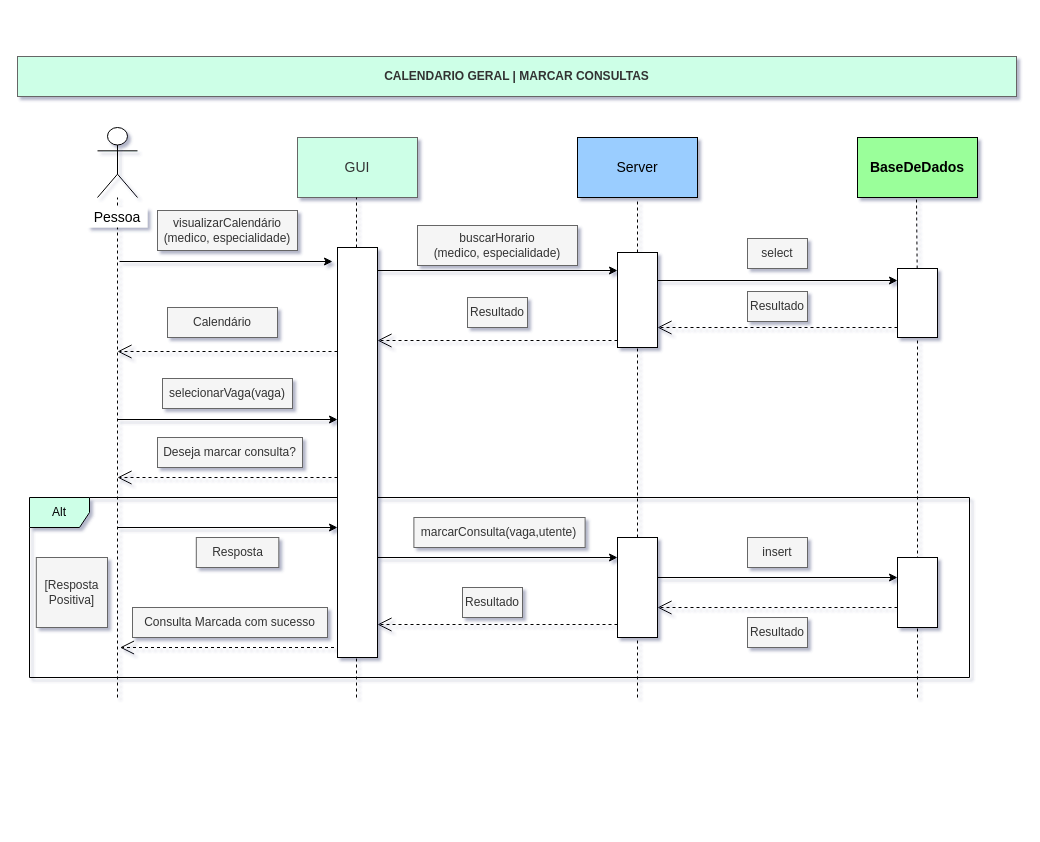
Before: Diagrama de Sequencia - Calendario Geral.drawio in getSierralta/Si-Centro-Hospitalar-Upskill, a draw.io diagram. Source tidied: cells renumbered, new cells numbered last; positions are measured from the earlier drawing's top-left corner, leaving out a move shared by most shapes. Both pictures are drawn from the tidied source at 100%, with x=0, y=0 at pixel (17, 56).
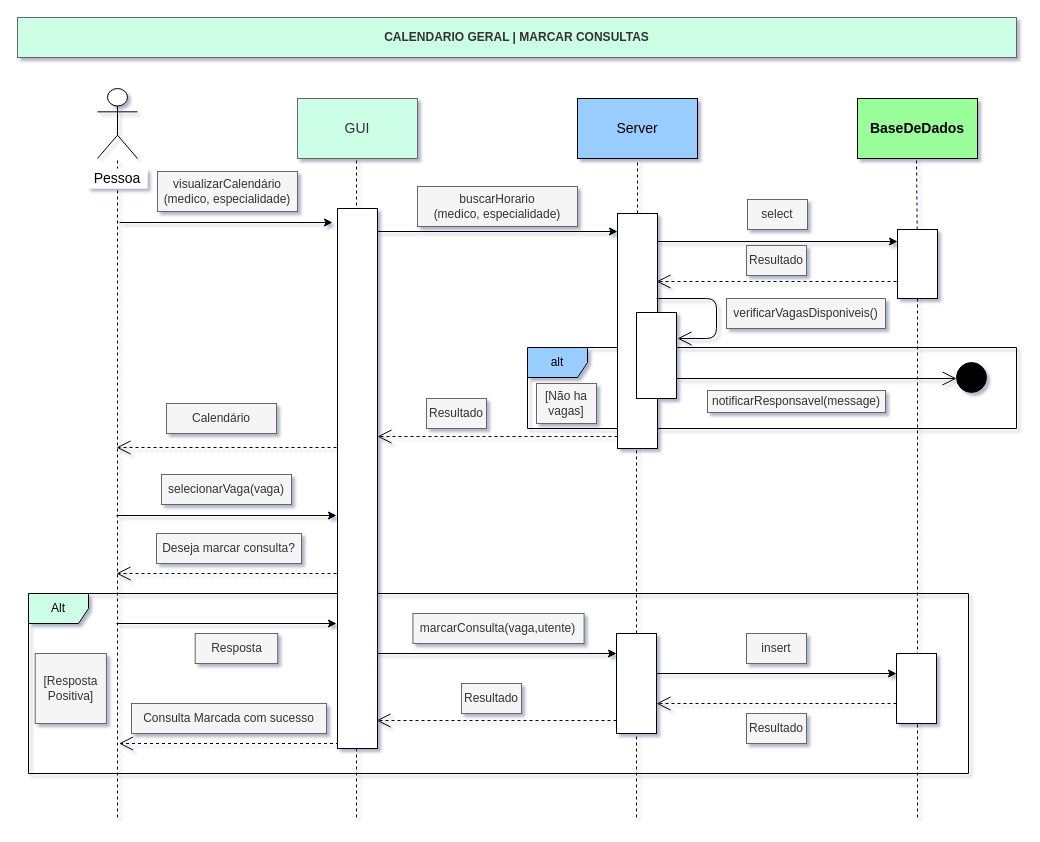
After the change.

Commit message (it also covers changes not shown here):
Inclui notificar responsavel quando nao há vagas

The edit, as a diff of the source:
```diff
@@
     <mxCell id="2" value="Alt" style="shape=umlFrame;whiteSpace=wrap;html=1;fillColor=#CDFFE7;" parent="1" vertex="1">
-      <mxGeometry x="12" y="441" width="940" height="180" as="geometry" />
+      <mxGeometry x="11" y="537" width="940" height="180" as="geometry" />
     </mxCell>
+    <mxCell id="50" value="alt" style="shape=umlFrame;whiteSpace=wrap;html=1;fillColor=#9ACDFF;" parent="1" vertex="1">
+      <mxGeometry x="510" y="291" width="489" height="81" as="geometry" />
+    </mxCell>
     <mxCell id="3" style="shape=umlActor;verticalLabelPosition=bottom;verticalAlign=top;html=1;outlineConnect=0;" parent="1" vertex="1">
-      <mxGeometry x="80" y="71" width="40" height="70" as="geometry" />
+      <mxGeometry x="80" y="32" width="40" height="70" as="geometry" />
     </mxCell>
     <mxCell id="4" value="&lt;b&gt;CALENDARIO GERAL | MARCAR CONSULTAS&lt;/b&gt;" style="text;html=1;align=center;verticalAlign=middle;whiteSpace=wrap;rounded=0;strokeColor=#666666;fontColor=#333333;fillColor=#CDFFE7;" parent="1" vertex="1">
-      <mxGeometry width="999" height="40" as="geometry" />
+      <mxGeometry y="-39" width="999" height="40" as="geometry" />
     </mxCell>
     <mxCell id="5" value="&lt;font style=&quot;font-size: 14px&quot;&gt;Server&lt;/font&gt;" style="rounded=0;whiteSpace=wrap;html=1;fillColor=#9ACDFF;" parent="1" vertex="1">
-      <mxGeometry x="560" y="81" width="120" height="60" as="geometry" />
+      <mxGeometry x="560" y="42" width="120" height="60" as="geometry" />
     </mxCell>
     <mxCell id="6" value="&lt;span style=&quot;font-size: 14px&quot;&gt;&lt;b&gt;BaseDeDados&lt;/b&gt;&lt;/span&gt;" style="rounded=0;whiteSpace=wrap;html=1;fillColor=#9AFF9A;" parent="1" vertex="1">
-      <mxGeometry x="840" y="81" width="120" height="60" as="geometry" />
+      <mxGeometry x="840" y="42" width="120" height="60" as="geometry" />
     </mxCell>
     <mxCell id="7" style="endArrow=none;dashed=1;html=1;rounded=1;" parent="1" edge="1" target="3">
       <mxGeometry relative="1" as="geometry">
-        <mxPoint x="100" y="641" as="sourcePoint" />
+        <mxPoint x="100" y="761" as="sourcePoint" />
       </mxGeometry>
     </mxCell>
     <mxCell id="8" value="&lt;font style=&quot;font-size: 14px&quot;&gt;Pessoa&lt;/font&gt;" style="text;html=1;align=center;verticalAlign=middle;whiteSpace=wrap;rounded=0;fillColor=#ffffff;" parent="1" vertex="1">
-      <mxGeometry x="70" y="151" width="60" height="20" as="geometry" />
+      <mxGeometry x="70" y="112" width="60" height="20" as="geometry" />
     </mxCell>
     <mxCell id="9" style="endArrow=none;dashed=1;html=1;rounded=1;" parent="1" edge="1" source="27">
       <mxGeometry relative="1" as="geometry">
-        <mxPoint x="899" y="141" as="targetPoint" />
+        <mxPoint x="899" y="102" as="targetPoint" />
       </mxGeometry>
     </mxCell>
     <mxCell id="10" value="&lt;font style=&quot;font-size: 14px&quot;&gt;GUI&lt;/font&gt;" style="rounded=0;whiteSpace=wrap;html=1;strokeColor=#666666;fontColor=#333333;fillColor=#CDFFE7;" parent="1" vertex="1">
-      <mxGeometry x="280" y="81" width="120" height="60" as="geometry" />
+      <mxGeometry x="280" y="42" width="120" height="60" as="geometry" />
     </mxCell>
     <mxCell id="11" style="endArrow=none;dashed=1;html=1;rounded=1;" parent="1" edge="1">
       <mxGeometry relative="1" as="geometry">
-        <mxPoint x="339" y="641" as="sourcePoint" />
-        <mxPoint x="339" y="141" as="targetPoint" />
+        <mxPoint x="339" y="761" as="sourcePoint" />
+        <mxPoint x="339" y="102" as="targetPoint" />
       </mxGeometry>
     </mxCell>
     <mxCell id="12" style="endArrow=none;dashed=1;html=1;rounded=1;" parent="1" edge="1" source="25">
       <mxGeometry relative="1" as="geometry">
-        <mxPoint x="620" y="144.5" as="targetPoint" />
+        <mxPoint x="620" y="105.5" as="targetPoint" />
       </mxGeometry>
     </mxCell>
     <mxCell id="13" style="endArrow=classic;html=1;" parent="1" edge="1">
       <mxGeometry relative="1" as="geometry">
-        <mxPoint x="102" y="205" as="sourcePoint" />
-        <mxPoint x="315" y="205" as="targetPoint" />
+        <mxPoint x="102" y="166" as="sourcePoint" />
+        <mxPoint x="315" y="166" as="targetPoint" />
       </mxGeometry>
     </mxCell>
     <mxCell id="14" value="visualizarCalendário (medico, especialidade)" style="text;html=1;strokeColor=#666666;align=center;verticalAlign=middle;whiteSpace=wrap;rounded=0;fillColor=#f5f5f5;fontColor=#333333;" parent="1" vertex="1">
-      <mxGeometry x="140" y="154" width="140" height="40" as="geometry" />
+      <mxGeometry x="140" y="115" width="140" height="40" as="geometry" />
     </mxCell>
     <mxCell id="15" style="endArrow=classic;html=1;" parent="1" edge="1">
       <mxGeometry relative="1" as="geometry">
-        <mxPoint x="360" y="214" as="sourcePoint" />
-        <mxPoint x="600" y="214" as="targetPoint" />
+        <mxPoint x="360" y="175" as="sourcePoint" />
+        <mxPoint x="600" y="175" as="targetPoint" />
       </mxGeometry>
     </mxCell>
     <mxCell id="16" value="buscarHorario&lt;br&gt;(medico, especialidade)" style="text;html=1;strokeColor=#666666;align=center;verticalAlign=middle;whiteSpace=wrap;rounded=0;fillColor=#f5f5f5;fontColor=#333333;" parent="1" vertex="1">
-      <mxGeometry x="400" y="169" width="160" height="40" as="geometry" />
+      <mxGeometry x="400" y="130" width="160" height="40" as="geometry" />
     </mxCell>
     <mxCell id="17" style="endArrow=classic;html=1;" parent="1" edge="1">
       <mxGeometry relative="1" as="geometry">
-        <mxPoint x="640" y="224" as="sourcePoint" />
-        <mxPoint x="880" y="224" as="targetPoint" />
+        <mxPoint x="640" y="185" as="sourcePoint" />
+        <mxPoint x="880" y="185" as="targetPoint" />
       </mxGeometry>
     </mxCell>
     <mxCell id="18" value="select" style="text;html=1;strokeColor=#666666;align=center;verticalAlign=middle;whiteSpace=wrap;rounded=0;fillColor=#f5f5f5;fontColor=#333333;" parent="1" vertex="1">
-      <mxGeometry x="730" y="182" width="60" height="30" as="geometry" />
+      <mxGeometry x="730" y="143" width="60" height="30" as="geometry" />
     </mxCell>
     <mxCell id="19" style="endArrow=open;endFill=1;endSize=12;html=1;dashed=1;" parent="1" edge="1">
       <mxGeometry relative="1" as="geometry">
-        <mxPoint x="880" y="271" as="sourcePoint" />
-        <mxPoint x="640" y="271" as="targetPoint" />
+        <mxPoint x="879" y="225" as="sourcePoint" />
+        <mxPoint x="639" y="225" as="targetPoint" />
       </mxGeometry>
     </mxCell>
     <mxCell id="20" style="endArrow=open;endFill=1;endSize=12;html=1;dashed=1;" parent="1" edge="1">
       <mxGeometry relative="1" as="geometry">
-        <mxPoint x="600" y="284" as="sourcePoint" />
-        <mxPoint x="360" y="284" as="targetPoint" />
+        <mxPoint x="600" y="380" as="sourcePoint" />
+        <mxPoint x="360" y="380" as="targetPoint" />
       </mxGeometry>
     </mxCell>
     <mxCell id="21" style="endArrow=open;endFill=1;endSize=12;html=1;dashed=1;" parent="1" edge="1">
       <mxGeometry relative="1" as="geometry">
-        <mxPoint x="320" y="295" as="sourcePoint" />
-        <mxPoint x="100" y="295" as="targetPoint" />
+        <mxPoint x="319" y="391" as="sourcePoint" />
+        <mxPoint x="99" y="391" as="targetPoint" />
       </mxGeometry>
     </mxCell>
     <mxCell id="22" value="Resultado" style="text;html=1;strokeColor=#666666;align=center;verticalAlign=middle;whiteSpace=wrap;rounded=0;fillColor=#f5f5f5;fontColor=#333333;" parent="1" vertex="1">
-      <mxGeometry x="730" y="235" width="60" height="30" as="geometry" />
+      <mxGeometry x="729" y="189" width="60" height="30" as="geometry" />
     </mxCell>
     <mxCell id="23" value="Resultado" style="text;html=1;strokeColor=#666666;align=center;verticalAlign=middle;whiteSpace=wrap;rounded=0;fillColor=#f5f5f5;fontColor=#333333;" parent="1" vertex="1">
-      <mxGeometry x="450" y="241" width="60" height="30" as="geometry" />
+      <mxGeometry x="409" y="342" width="60" height="30" as="geometry" />
     </mxCell>
     <mxCell id="24" value="Calendário" style="text;html=1;strokeColor=#666666;align=center;verticalAlign=middle;whiteSpace=wrap;rounded=0;fillColor=#f5f5f5;fontColor=#333333;" parent="1" vertex="1">
-      <mxGeometry x="150" y="251" width="110" height="30" as="geometry" />
+      <mxGeometry x="149" y="347" width="110" height="30" as="geometry" />
     </mxCell>
-    <mxCell id="25" style="rounded=0;whiteSpace=wrap;html=1;" parent="1" vertex="1">
-      <mxGeometry x="600" y="196" width="40" height="95" as="geometry" />
-    </mxCell>
-    <mxCell id="26" style="endArrow=none;dashed=1;html=1;rounded=1;" parent="1" edge="1" source="46" target="25">
-      <mxGeometry relative="1" as="geometry" />
+    <mxCell id="26" style="endArrow=none;dashed=1;html=1;rounded=1;" parent="1" edge="1" source="46">
+      <mxGeometry relative="1" as="geometry">
+        <mxPoint x="619" y="387" as="targetPoint" />
+      </mxGeometry>
     </mxCell>
     <mxCell id="27" style="rounded=0;whiteSpace=wrap;html=1;" parent="1" vertex="1">
-      <mxGeometry x="880" y="212" width="40" height="69" as="geometry" />
+      <mxGeometry x="880" y="173" width="40" height="69" as="geometry" />
     </mxCell>
     <mxCell id="28" style="endArrow=none;dashed=1;html=1;rounded=1;" parent="1" edge="1" target="27">
       <mxGeometry relative="1" as="geometry">
-        <mxPoint x="900" y="641" as="sourcePoint" />
+        <mxPoint x="900" y="761" as="sourcePoint" />
       </mxGeometry>
     </mxCell>
     <mxCell id="29" style="endArrow=classic;html=1;" parent="1" edge="1">
       <mxGeometry relative="1" as="geometry">
-        <mxPoint x="100" y="363" as="sourcePoint" />
-        <mxPoint x="320" y="363" as="targetPoint" />
+        <mxPoint x="99" y="459" as="sourcePoint" />
+        <mxPoint x="319" y="459" as="targetPoint" />
       </mxGeometry>
     </mxCell>
     <mxCell id="30" value="selecionarVaga(vaga)" style="text;html=1;strokeColor=#666666;align=center;verticalAlign=middle;whiteSpace=wrap;rounded=0;fillColor=#f5f5f5;fontColor=#333333;" parent="1" vertex="1">
-      <mxGeometry x="145" y="322" width="130" height="30" as="geometry" />
+      <mxGeometry x="144" y="418" width="130" height="30" as="geometry" />
     </mxCell>
     <mxCell id="31" style="endArrow=open;endFill=1;endSize=12;html=1;dashed=1;" parent="1" edge="1">
       <mxGeometry relative="1" as="geometry">
-        <mxPoint x="320" y="421" as="sourcePoint" />
-        <mxPoint x="100" y="421" as="targetPoint" />
+        <mxPoint x="319" y="517" as="sourcePoint" />
+        <mxPoint x="99" y="517" as="targetPoint" />
       </mxGeometry>
     </mxCell>
     <mxCell id="32" value="Deseja marcar consulta?" style="text;html=1;strokeColor=#666666;align=center;verticalAlign=middle;whiteSpace=wrap;rounded=0;fillColor=#f5f5f5;fontColor=#333333;" parent="1" vertex="1">
-      <mxGeometry x="140" y="381" width="145" height="30" as="geometry" />
+      <mxGeometry x="139" y="477" width="145" height="30" as="geometry" />
     </mxCell>
     <mxCell id="33" style="endArrow=classic;html=1;" parent="1" edge="1">
       <mxGeometry relative="1" as="geometry">
-        <mxPoint x="100" y="471" as="sourcePoint" />
-        <mxPoint x="320" y="471" as="targetPoint" />
+        <mxPoint x="99" y="567" as="sourcePoint" />
+        <mxPoint x="319" y="567" as="targetPoint" />
       </mxGeometry>
     </mxCell>
     <mxCell id="34" style="endArrow=classic;html=1;" parent="1" edge="1">
       <mxGeometry relative="1" as="geometry">
-        <mxPoint x="360" y="501" as="sourcePoint" />
-        <mxPoint x="600" y="501" as="targetPoint" />
+        <mxPoint x="359" y="597" as="sourcePoint" />
+        <mxPoint x="599" y="597" as="targetPoint" />
       </mxGeometry>
     </mxCell>
     <mxCell id="35" style="endArrow=classic;html=1;" parent="1" edge="1">
       <mxGeometry relative="1" as="geometry">
-        <mxPoint x="640" y="521" as="sourcePoint" />
-        <mxPoint x="880" y="521" as="targetPoint" />
+        <mxPoint x="639" y="617" as="sourcePoint" />
+        <mxPoint x="879" y="617" as="targetPoint" />
       </mxGeometry>
     </mxCell>
     <mxCell id="36" style="endArrow=open;endFill=1;endSize=12;html=1;dashed=1;" parent="1" edge="1">
       <mxGeometry relative="1" as="geometry">
-        <mxPoint x="880" y="551" as="sourcePoint" />
-        <mxPoint x="640" y="551" as="targetPoint" />
+        <mxPoint x="879" y="647" as="sourcePoint" />
+        <mxPoint x="639" y="647" as="targetPoint" />
       </mxGeometry>
     </mxCell>
     <mxCell id="37" value="Resultado" style="text;html=1;strokeColor=#666666;align=center;verticalAlign=middle;whiteSpace=wrap;rounded=0;fillColor=#f5f5f5;fontColor=#333333;" parent="1" vertex="1">
-      <mxGeometry x="730" y="561" width="60" height="30" as="geometry" />
+      <mxGeometry x="729" y="657" width="60" height="30" as="geometry" />
     </mxCell>
     <mxCell id="38" value="insert" style="text;html=1;strokeColor=#666666;align=center;verticalAlign=middle;whiteSpace=wrap;rounded=0;fillColor=#f5f5f5;fontColor=#333333;" parent="1" vertex="1">
-      <mxGeometry x="730" y="481" width="60" height="30" as="geometry" />
+      <mxGeometry x="729" y="577" width="60" height="30" as="geometry" />
     </mxCell>
     <mxCell id="39" style="endArrow=open;endFill=1;endSize=12;html=1;dashed=1;" parent="1" edge="1">
       <mxGeometry relative="1" as="geometry">
-        <mxPoint x="600" y="568" as="sourcePoint" />
-        <mxPoint x="360" y="568" as="targetPoint" />
+        <mxPoint x="599" y="664" as="sourcePoint" />
+        <mxPoint x="359" y="664" as="targetPoint" />
       </mxGeometry>
     </mxCell>
     <mxCell id="40" style="endArrow=open;endFill=1;endSize=12;html=1;dashed=1;" parent="1" edge="1">
       <mxGeometry relative="1" as="geometry">
-        <mxPoint x="322.5" y="591" as="sourcePoint" />
-        <mxPoint x="102.5" y="591" as="targetPoint" />
+        <mxPoint x="321.5" y="687" as="sourcePoint" />
+        <mxPoint x="101.5" y="687" as="targetPoint" />
       </mxGeometry>
     </mxCell>
     <mxCell id="41" value="Resultado" style="text;html=1;strokeColor=#666666;align=center;verticalAlign=middle;whiteSpace=wrap;rounded=0;fillColor=#f5f5f5;fontColor=#333333;" parent="1" vertex="1">
-      <mxGeometry x="445" y="531" width="60" height="30" as="geometry" />
+      <mxGeometry x="444" y="627" width="60" height="30" as="geometry" />
     </mxCell>
     <mxCell id="42" value="Consulta Marcada com sucesso" style="text;html=1;strokeColor=#666666;align=center;verticalAlign=middle;whiteSpace=wrap;rounded=0;fillColor=#f5f5f5;fontColor=#333333;" parent="1" vertex="1">
-      <mxGeometry x="115" y="551" width="195" height="30" as="geometry" />
+      <mxGeometry x="114" y="647" width="195" height="30" as="geometry" />
     </mxCell>
     <mxCell id="43" value="Resposta" style="text;html=1;strokeColor=#666666;align=center;verticalAlign=middle;whiteSpace=wrap;rounded=0;fillColor=#f5f5f5;fontColor=#333333;" parent="1" vertex="1">
-      <mxGeometry x="178.8" y="481" width="82.5" height="30" as="geometry" />
+      <mxGeometry x="177.7" y="577" width="82.5" height="30" as="geometry" />
     </mxCell>
     <mxCell id="44" value="marcarConsulta(vaga,utente)" style="text;html=1;strokeColor=#666666;align=center;verticalAlign=middle;whiteSpace=wrap;rounded=0;fillColor=#f5f5f5;fontColor=#333333;" parent="1" vertex="1">
-      <mxGeometry x="396.4" y="461" width="171.2" height="30" as="geometry" />
+      <mxGeometry x="395.4" y="557" width="171.2" height="30" as="geometry" />
     </mxCell>
     <mxCell id="45" value="[Resposta&lt;br&gt;Positiva]" style="text;html=1;strokeColor=#666666;align=center;verticalAlign=middle;whiteSpace=wrap;rounded=0;fillColor=#f5f5f5;fontColor=#333333;" parent="1" vertex="1">
-      <mxGeometry x="18.8" y="501" width="71.2" height="70" as="geometry" />
+      <mxGeometry x="17.7" y="597" width="71.2" height="70" as="geometry" />
     </mxCell>
     <mxCell id="46" style="rounded=0;whiteSpace=wrap;html=1;" parent="1" vertex="1">
-      <mxGeometry x="600" y="481" width="40" height="100" as="geometry" />
+      <mxGeometry x="599" y="577" width="40" height="100" as="geometry" />
     </mxCell>
     <mxCell id="47" style="endArrow=none;dashed=1;html=1;rounded=1;" parent="1" edge="1" target="46">
       <mxGeometry relative="1" as="geometry">
-        <mxPoint x="620" y="641" as="sourcePoint" />
+        <mxPoint x="619" y="761" as="sourcePoint" />
       </mxGeometry>
     </mxCell>
     <mxCell id="48" style="rounded=0;whiteSpace=wrap;html=1;" parent="1" vertex="1">
-      <mxGeometry x="880" y="501" width="40" height="70" as="geometry" />
+      <mxGeometry x="879" y="597" width="40" height="70" as="geometry" />
     </mxCell>
     <mxCell id="49" style="rounded=0;whiteSpace=wrap;html=1;" parent="1" vertex="1">
-      <mxGeometry x="320" y="191" width="40" height="410" as="geometry" />
+      <mxGeometry x="320" y="152" width="40" height="540" as="geometry" />
     </mxCell>
+    <mxCell id="25" style="rounded=0;whiteSpace=wrap;html=1;" parent="1" vertex="1">
+      <mxGeometry x="600" y="157" width="40" height="235" as="geometry" />
+    </mxCell>
+    <mxCell id="51" style="endArrow=open;endFill=1;endSize=12;html=1;" parent="1" edge="1">
+      <mxGeometry relative="1" as="geometry">
+        <mxPoint x="639" y="242" as="sourcePoint" />
+        <mxPoint x="660" y="282" as="targetPoint" />
+        <Array as="points">
+          <mxPoint x="699" y="242" />
+          <mxPoint x="699" y="282" />
+        </Array>
+      </mxGeometry>
+    </mxCell>
+    <mxCell id="52" style="rounded=0;whiteSpace=wrap;html=1;" parent="1" vertex="1">
+      <mxGeometry x="619" y="256" width="40" height="86" as="geometry" />
+    </mxCell>
+    <mxCell id="53" value="verificarVagasDisponiveis()" style="text;html=1;strokeColor=#666666;align=center;verticalAlign=middle;whiteSpace=wrap;rounded=0;fillColor=#f5f5f5;fontColor=#333333;" parent="1" vertex="1">
+      <mxGeometry x="709" y="242" width="159" height="30" as="geometry" />
+    </mxCell>
+    <mxCell id="54" style="endArrow=open;endFill=1;endSize=12;html=1;" parent="1" edge="1">
+      <mxGeometry relative="1" as="geometry">
+        <mxPoint x="659" y="322" as="sourcePoint" />
+        <mxPoint x="939" y="322" as="targetPoint" />
+      </mxGeometry>
+    </mxCell>
+    <mxCell id="55" value="notificarResponsavel(message)" style="text;html=1;strokeColor=#666666;align=center;verticalAlign=middle;whiteSpace=wrap;rounded=0;fillColor=#f5f5f5;fontColor=#333333;" parent="1" vertex="1">
+      <mxGeometry x="690" y="334" width="178" height="22" as="geometry" />
+    </mxCell>
+    <mxCell id="56" style="ellipse;whiteSpace=wrap;html=1;fillColor=#000000;" parent="1" vertex="1">
+      <mxGeometry x="939" y="306" width="30" height="30" as="geometry" />
+    </mxCell>
+    <mxCell id="57" value="[Não ha vagas]" style="text;html=1;strokeColor=#666666;align=center;verticalAlign=middle;whiteSpace=wrap;rounded=0;fillColor=#f5f5f5;fontColor=#333333;" parent="1" vertex="1">
+      <mxGeometry x="519" y="327" width="60" height="40" as="geometry" />
+    </mxCell>
```
